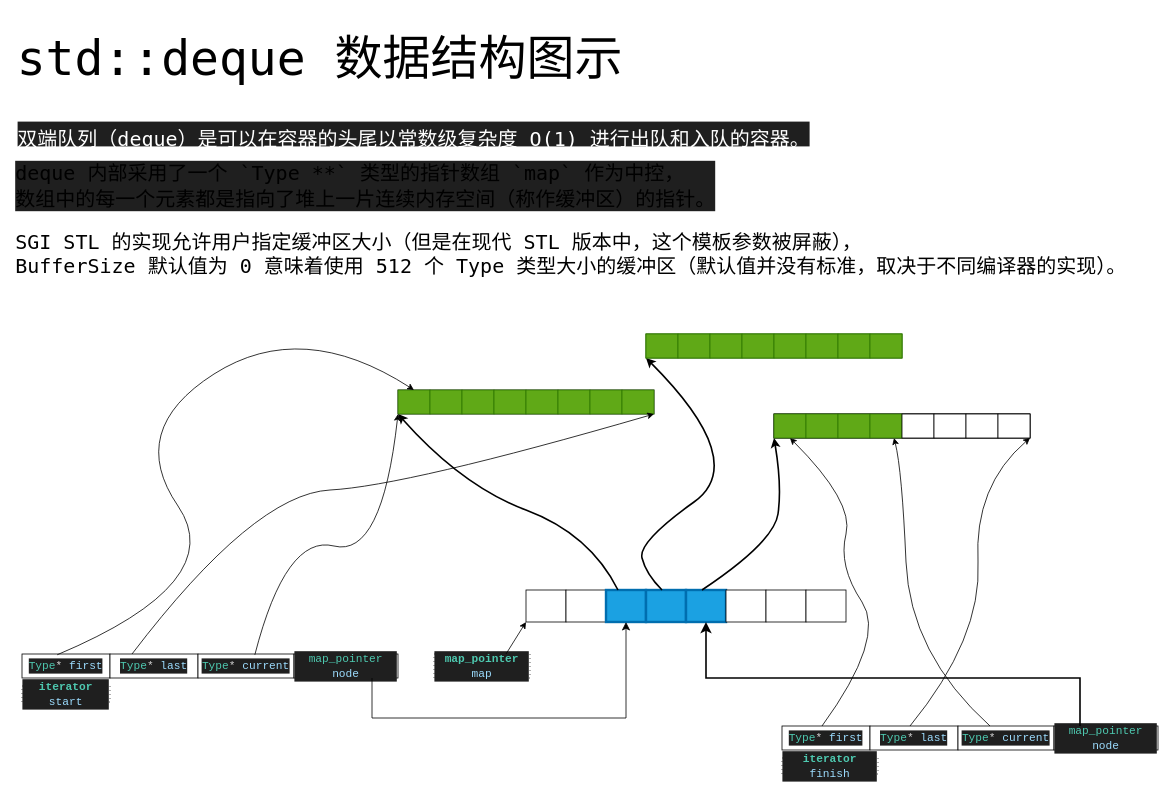
The draw.io diagram src/4_2/dequeue/document/deque 的结构.dio in JesseZ332623/The-Annotated-STL-Sources, before the edit. Source tidied: cells renumbered, new cells numbered last; positions are measured from the earlier drawing's top-left corner, leaving out a move shared by most shapes. Both pictures are drawn from the tidied source at 80%, with x=0, y=0 at pixel (14, 14).
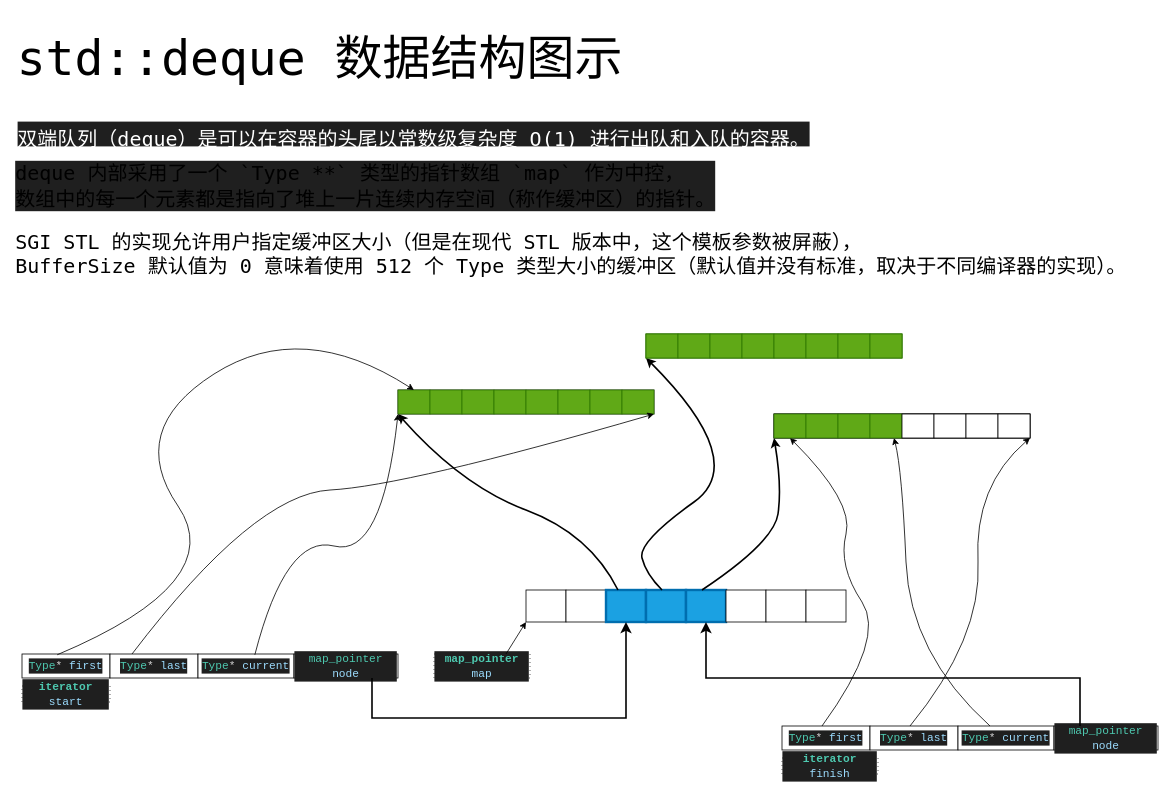
The same page after the edit.

Commit message:
deque 的结构图示

The change refers to these unchanged cells:
```xml
<mxCell id="39" value="&lt;div style=&quot;color: rgb(204, 204, 204); background-color: rgb(31, 31, 31); font-family: Consolas, 微软雅黑, monospace, Consolas, &amp;quot;Courier New&amp;quot;, monospace; font-size: 14px; line-height: 19px;&quot;&gt;&lt;span style=&quot;color: #4ec9b0;&quot;&gt;map_pointer&lt;/span&gt; &lt;span style=&quot;color: #9cdcfe;&quot;&gt;node&lt;/span&gt;&lt;/div&gt;" style="rounded=0;whiteSpace=wrap;html=1;strokeColor=default;strokeWidth=1;" parent="1" vertex="1">
  <mxGeometry x="350" y="800" width="130" height="30" as="geometry" />
</mxCell>
```

Change to the diagram source:
```diff
@@
-    <mxCell id="4" style="rounded=0;whiteSpace=wrap;html=1;fillColor=#1ba1e2;fontColor=#ffffff;strokeColor=#006EAF;strokeWidth=3;" parent="1" vertex="1">
+    <mxCell id="4" style="rounded=0;whiteSpace=wrap;html=1;strokeWidth=3;fillColor=#1ba1e2;fontColor=#ffffff;strokeColor=#006EAF;" parent="1" vertex="1">
       <mxGeometry x="740" y="720" width="50" height="40" as="geometry" />
     </mxCell>
@@
-    <mxCell id="40" style="edgeStyle=elbowEdgeStyle;elbow=vertical;endArrow=classic;html=1;curved=0;rounded=0;endSize=8;startSize=8;exitX=0.75;exitY=1;exitDx=0;exitDy=0;entryX=0.5;entryY=1;entryDx=0;entryDy=0;" parent="1" edge="1" source="39" target="4">
+    <mxCell id="40" style="edgeStyle=elbowEdgeStyle;elbow=vertical;endArrow=classic;html=1;curved=0;rounded=0;endSize=8;startSize=8;exitX=0.75;exitY=1;exitDx=0;exitDy=0;entryX=0.5;entryY=1;entryDx=0;entryDy=0;strokeWidth=2;" parent="1" edge="1" source="39" target="4">
       <mxGeometry relative="1" as="geometry">
         <Array as="points">
           <mxPoint x="590" y="880" />
         </Array>
       </mxGeometry>
     </mxCell>
```
